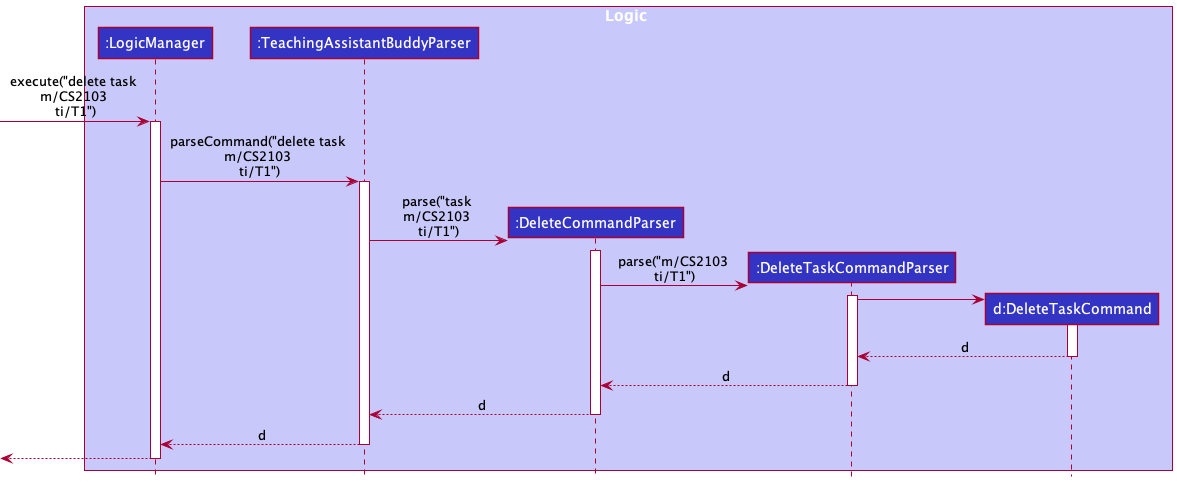
Above: docs/images/DeleteTaskSequenceDiagram1.png in nus-cs2103-AY2122S1/tp (PlantUML), before the change. Its diagram source:
```plantuml
@startuml
!include ../style.puml

box Logic LOGIC_COLOR_T1
participant ":LogicManager" as LogicManager LOGIC_COLOR
participant ":TeachingAssistantBuddyParser" as TeachingAssistantBuddyParser LOGIC_COLOR
participant ":DeleteCommandParser" as DeleteCommandParser LOGIC_COLOR
participant ":DeleteTaskCommandParser" as DeleteTaskCommandParser LOGIC_COLOR
participant "d:DeleteTaskCommand" as DeleteTaskCommand LOGIC_COLOR

end box

[-> LogicManager : execute("delete task \nm/CS2103 \nti/T1")
activate LogicManager

LogicManager -> TeachingAssistantBuddyParser : parseCommand("delete task \nm/CS2103 \nti/T1")
activate TeachingAssistantBuddyParser

create DeleteCommandParser
TeachingAssistantBuddyParser -> DeleteCommandParser : parse("task \nm/CS2103 \nti/T1")
activate DeleteCommandParser

create DeleteTaskCommandParser
DeleteCommandParser -> DeleteTaskCommandParser : parse("m/CS2103 \nti/T1")
activate DeleteTaskCommandParser

create DeleteTaskCommand
DeleteTaskCommandParser -> DeleteTaskCommand
activate DeleteTaskCommand

DeleteTaskCommand --> DeleteTaskCommandParser : d
deactivate DeleteTaskCommand

DeleteTaskCommandParser --> DeleteCommandParser : d
deactivate DeleteTaskCommandParser

DeleteCommandParser --> TeachingAssistantBuddyParser : d
deactivate DeleteCommandParser

TeachingAssistantBuddyParser --> LogicManager : d
deactivate TeachingAssistantBuddyParser


[<--LogicManager
deactivate LogicManager
@enduml
```
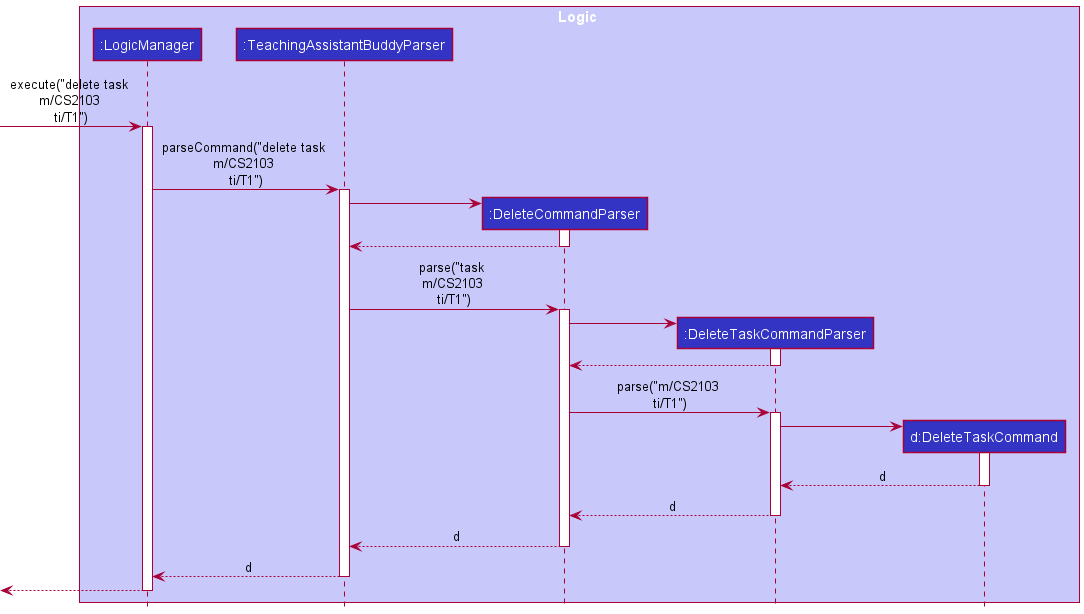
After the commit.

What changed in the source:
```diff
@@ -17,10 +17,20 @@
 activate TeachingAssistantBuddyParser
 
 create DeleteCommandParser
+TeachingAssistantBuddyParser -> DeleteCommandParser
+activate DeleteCommandParser
+DeleteCommandParser --> TeachingAssistantBuddyParser
+deactivate DeleteCommandParser
+
 TeachingAssistantBuddyParser -> DeleteCommandParser : parse("task \nm/CS2103 \nti/T1")
 activate DeleteCommandParser
 
 create DeleteTaskCommandParser
+DeleteCommandParser -> DeleteTaskCommandParser
+activate DeleteTaskCommandParser
+DeleteTaskCommandParser --> DeleteCommandParser
+deactivate DeleteTaskCommandParser
+
 DeleteCommandParser -> DeleteTaskCommandParser : parse("m/CS2103 \nti/T1")
 activate DeleteTaskCommandParser
 
```
